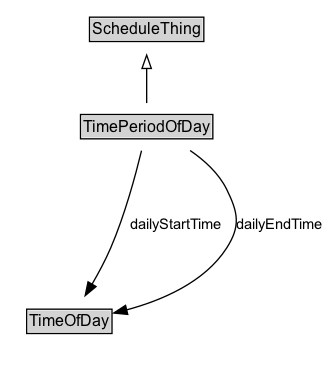
The Graphviz diagram docs/diagrams/TimePeriodOfDay.dot.png in k-vaughn/ontology-its-time, before a commit. Its source is kept beside it as docs/diagrams/TimePeriodOfDay.dot.
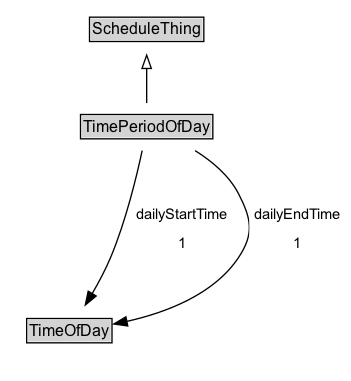
The same diagram one commit later.

What changed in the source:
```diff
@@ -19,6 +19,6 @@
 	TimePeriodOfDay -> Invis [style=invis]
 	Invis -> TimeOfDay [style=invis]
 	TimeOfDay [label=<<TABLE BORDER="1" CELLBORDER="0" CELLSPACING="0" CELLPADDING="1"><TR><TD BGCOLOR="lightgray" ALIGN="CENTER">TimeOfDay</TD></TR></TABLE>> URL="../TimeOfDay" margin=0]
-	TimePeriodOfDay -> TimeOfDay [label=dailyStartTime arrowhead=normal style=solid]
-	TimePeriodOfDay -> TimeOfDay [label=dailyEndTime arrowhead=normal style=solid]
+	TimePeriodOfDay -> TimeOfDay [label=<<TABLE BORDER="0" CELLBORDER="0" CELLSPACING="0" CELLPADDING="4" BGCOLOR="white"><TR><TD ALIGN="CENTER">dailyStartTime</TD></TR><TR><TD ALIGN="CENTER">1</TD></TR></TABLE>> arrowhead=normal style=solid]
+	TimePeriodOfDay -> TimeOfDay [label=<<TABLE BORDER="0" CELLBORDER="0" CELLSPACING="0" CELLPADDING="4" BGCOLOR="white"><TR><TD ALIGN="CENTER">dailyEndTime</TD></TR><TR><TD ALIGN="CENTER">1</TD></TR></TABLE>> arrowhead=normal style=solid]
 }
```
